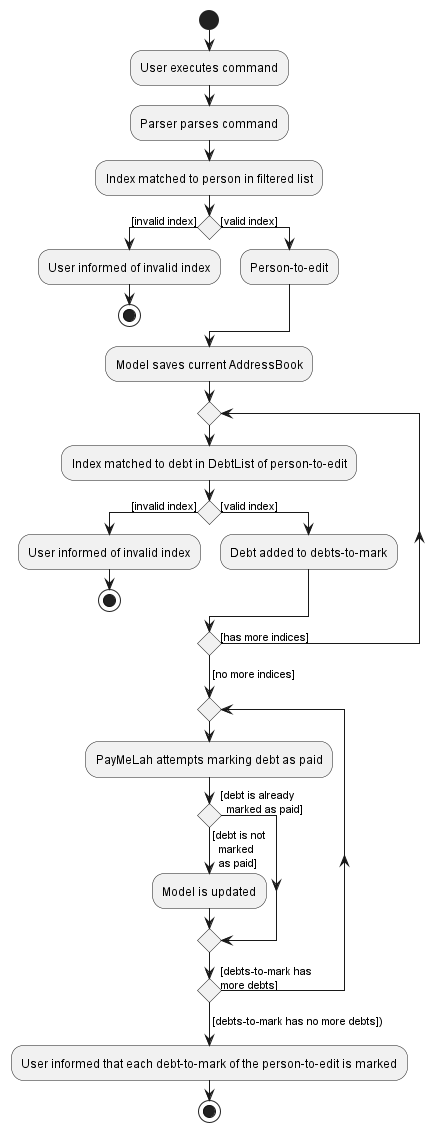
This is docs/images/MarkActivityDiagram.png from nus-cs2103-AY2223S1/tp, a PlantUML export, as it was before one commit.
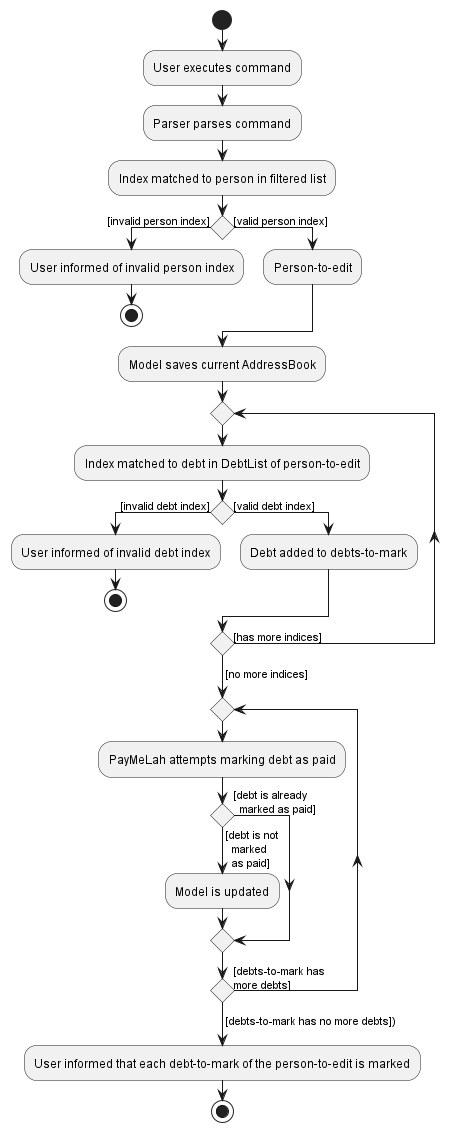
Above is the later version.

Commit message:
Fix bugs for mark/unmark command

Diff of the diagram source:
```diff
@@ -4,10 +4,10 @@
 :Parser parses command;
 
 :Index matched to person in filtered list;
-if () then ([invalid index])
-:User informed of invalid index;
+if () then ([invalid person index])
+:User informed of invalid person index;
 stop
-else ([valid index])
+else ([valid person index])
 :Person-to-edit;
 endif
 
@@ -15,10 +15,10 @@
 
 repeat
   :Index matched to debt in DebtList of person-to-edit;
-  if () then ([invalid index])
-  :User informed of invalid index;
+  if () then ([invalid debt index])
+  :User informed of invalid debt index;
   stop
-  else ([valid index])
+  else ([valid debt index])
   :Debt added to debts-to-mark;
   endif
 repeat while () is ([has more indices])
```
